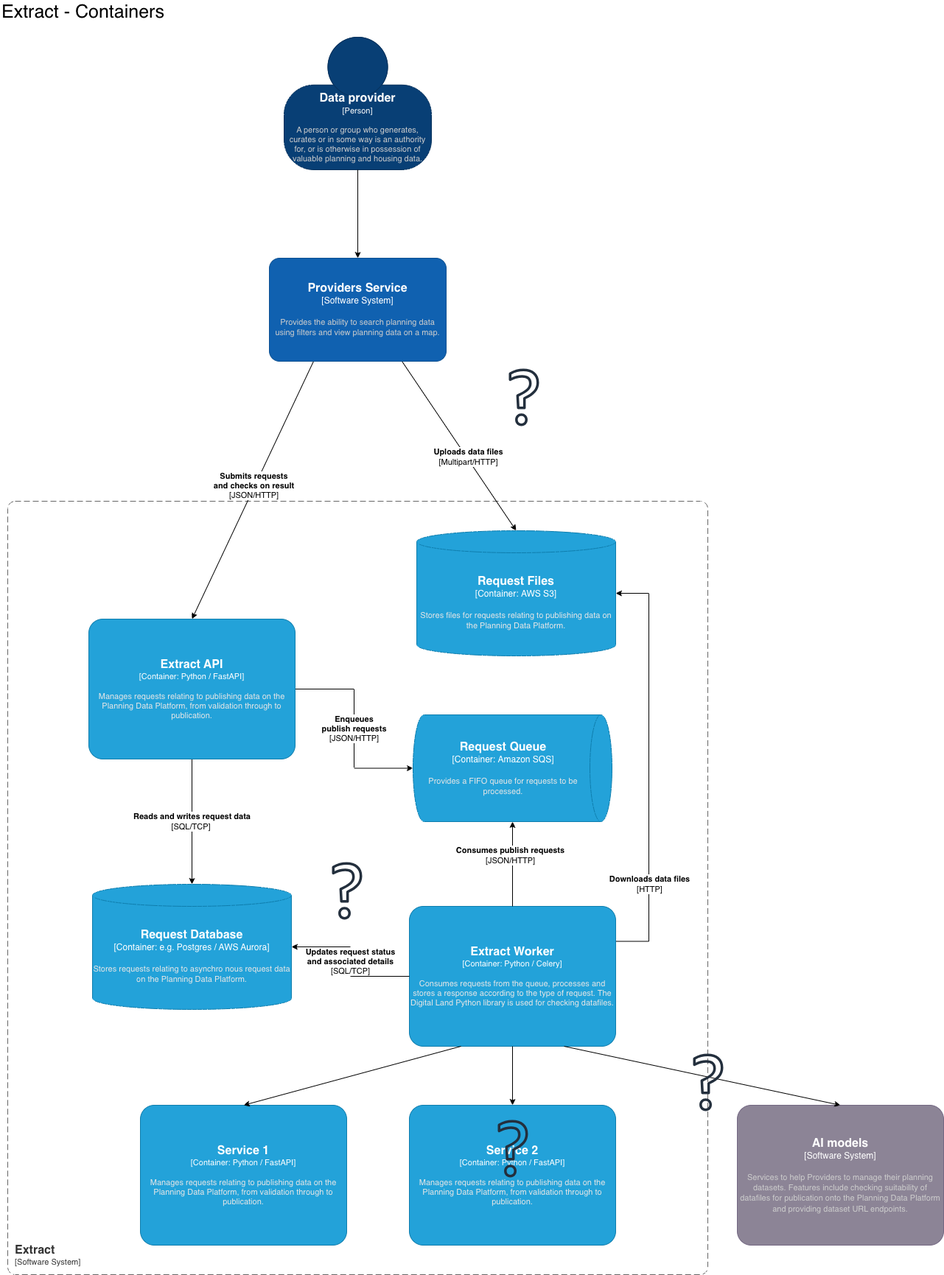
This is images/proposals/015-extract/containers.drawio.png from digital-land/technical-documentation, a draw.io export, as it was before one commit. Source tidied: cells renumbered, new cells last; positions are measured from the earlier drawing's top-left corner, leaving out a move shared by most shapes.
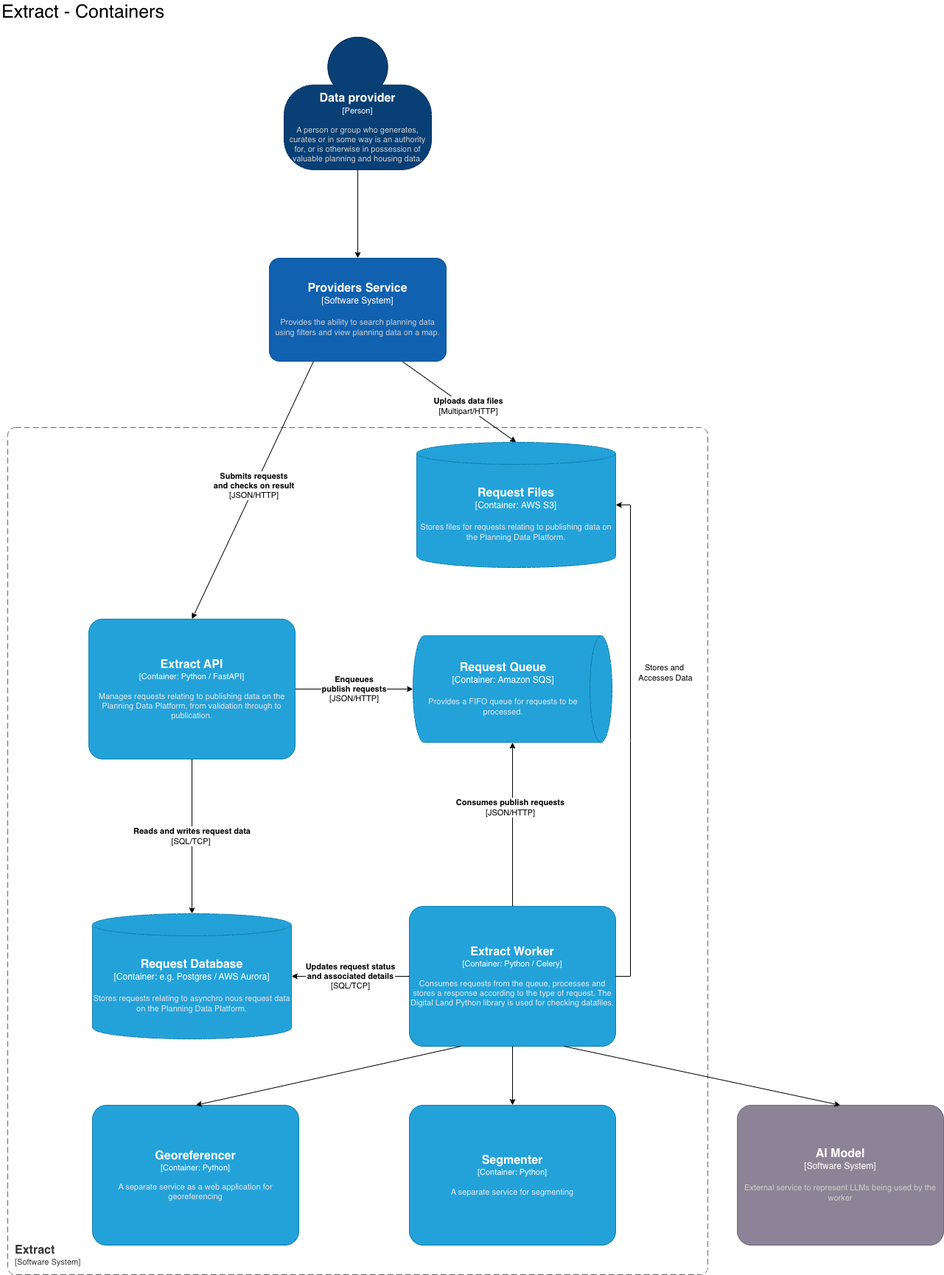
After the change.

Commit message:
update and crreate diagrams

What changed in the source:
```diff
@@ -4,22 +4,9 @@
     <mxCell id="1" parent="0" />
     <object id="2" label="&lt;font style=&quot;font-size: 16px&quot;&gt;&lt;b&gt;&lt;div style=&quot;text-align: left&quot;&gt;%c4Name%&lt;/div&gt;&lt;/b&gt;&lt;/font&gt;&lt;div style=&quot;text-align: left&quot;&gt;[%c4Application%]&lt;/div&gt;" c4Application="Software System" c4Name="Extract" c4Type="SystemScopeBoundary" placeholders="1">
       <mxCell style="rounded=1;fontSize=11;whiteSpace=wrap;html=1;dashed=1;arcSize=20;fillColor=none;strokeColor=#666666;fontColor=#333333;labelBackgroundColor=none;align=left;verticalAlign=bottom;labelBorderColor=none;spacingTop=0;spacing=10;dashPattern=8 4;perimeter=rectanglePerimeter;noLabel=0;labelPadding=0;absoluteArcSize=1;" parent="1" vertex="1">
-        <mxGeometry x="10" y="680" width="950" height="1050" as="geometry" />
+        <mxGeometry x="10" y="580" width="950" height="1150" as="geometry" />
       </mxCell>
     </object>
-    <mxCell id="3" style="edgeStyle=orthogonalEdgeStyle;rounded=0;jettySize=auto;html=1;jumpStyle=arc;exitX=1;exitY=0.25;exitDx=0;exitDy=0;exitPerimeter=0;" parent="1" edge="1" source="5" target="18">
-      <mxGeometry relative="1" as="geometry">
-        <Array as="points">
-          <mxPoint x="880" y="1278" />
-          <mxPoint x="880" y="805" />
-        </Array>
-      </mxGeometry>
-    </mxCell>
-    <mxCell id="4" value="&lt;b&gt;Downloads data files&lt;/b&gt;&lt;br&gt;[HTTP]" style="edgeLabel;html=1;align=center;verticalAlign=middle;" parent="3" vertex="1">
-      <mxGeometry x="0.21" y="2" relative="1" as="geometry">
-        <mxPoint x="2" y="217" as="offset" />
-      </mxGeometry>
-    </mxCell>
     <object id="5" label="&lt;font style=&quot;font-size: 16px&quot;&gt;&lt;b&gt;%c4Name%&lt;/b&gt;&lt;/font&gt;&lt;div&gt;[%c4Type%: %c4Technology%]&lt;/div&gt;&lt;br&gt;&lt;div&gt;&lt;font style=&quot;font-size: 11px&quot;&gt;&lt;font color=&quot;#E6E6E6&quot;&gt;%c4Description%&lt;/font&gt;&lt;/div&gt;" c4Description="Consumes requests from the queue, processes and stores a response according to the type of request. The Digital Land Python library is used for checking datafiles." c4Name="Extract Worker" c4Technology="Python / Celery" c4Type="Container" placeholders="1">
       <mxCell style="rounded=1;whiteSpace=wrap;html=1;fontSize=11;labelBackgroundColor=none;fillColor=#23A2D9;fontColor=#ffffff;align=center;arcSize=10;strokeColor=#0E7DAD;points=[[0.25,0,0],[0.5,0,0],[0.75,0,0],[1,0.25,0],[1,0.5,0],[1,0.75,0],[0.75,1,0],[0.5,1,0],[0.25,1,0],[0,0.75,0],[0,0.5,0],[0,0.25,0]];" parent="1" vertex="1">
         <mxGeometry x="555" y="1230" width="280" height="190" as="geometry" />
@@ -47,7 +34,7 @@
     </mxCell>
     <object id="12" label="&lt;font style=&quot;font-size: 16px&quot;&gt;&lt;b&gt;%c4Type%&lt;/b&gt;&lt;/font&gt;&lt;div&gt;[%c4Container%:&amp;nbsp;%c4Technology%]&lt;/div&gt;&lt;br&gt;&lt;div&gt;&lt;font style=&quot;font-size: 11px&quot;&gt;&lt;font color=&quot;#E6E6E6&quot;&gt;%c4Description%&lt;/font&gt;&lt;/div&gt;" c4Container="Container" c4Description="Provides a FIFO queue for requests to be processed." c4Technology="Amazon SQS" c4Type="Request Queue" placeholders="1">
       <mxCell style="shape=cylinder3;size=15;direction=south;whiteSpace=wrap;html=1;boundedLbl=1;rounded=0;labelBackgroundColor=none;fillColor=#23A2D9;fontSize=12;fontColor=#ffffff;align=center;strokeColor=#0E7DAD;points=[[0.5,0,0],[1,0.25,0],[1,0.5,0],[1,0.75,0],[0.5,1,0],[0,0.75,0],[0,0.5,0],[0,0.25,0]];" parent="1" vertex="1">
-        <mxGeometry x="560" y="970" width="270" height="145" as="geometry" />
+        <mxGeometry x="560" y="862.5" width="270" height="145" as="geometry" />
       </mxCell>
     </object>
     <mxCell id="13" value="&lt;b&gt;Reads and writes request data&lt;/b&gt;&lt;br&gt;[SQL/TCP]&amp;nbsp;" style="edgeStyle=orthogonalEdgeStyle;rounded=0;jettySize=auto;html=1;" parent="1" edge="1" source="15" target="16">
@@ -63,7 +50,7 @@
     </object>
     <object id="16" label="&lt;font style=&quot;font-size: 16px&quot;&gt;&lt;b&gt;%c4Type%&lt;/b&gt;&lt;/font&gt;&lt;div&gt;[%c4Container%:&amp;nbsp;%c4Technology%]&lt;/div&gt;&lt;br&gt;&lt;div&gt;&lt;font style=&quot;font-size: 11px&quot;&gt;&lt;font color=&quot;#E6E6E6&quot;&gt;%c4Description%&lt;/font&gt;&lt;/div&gt;" c4Container="Container" c4Description="Stores requests relating to asynchro nous request data on the Planning Data Platform." c4Technology="e.g. Postgres / AWS Aurora" c4Type="Request Database" placeholders="1">
       <mxCell style="shape=cylinder3;size=15;whiteSpace=wrap;html=1;boundedLbl=1;rounded=0;labelBackgroundColor=none;fillColor=#23A2D9;fontSize=12;fontColor=#ffffff;align=center;strokeColor=#0E7DAD;points=[[0.5,0,0],[1,0.25,0],[1,0.5,0],[1,0.75,0],[0.5,1,0],[0,0.75,0],[0,0.5,0],[0,0.25,0]];" parent="1" vertex="1">
-        <mxGeometry x="125" y="1200" width="270" height="170" as="geometry" />
+        <mxGeometry x="125" y="1240" width="270" height="170" as="geometry" />
       </mxCell>
     </object>
     <mxCell id="17" value="&lt;b style=&quot;border-color: var(--border-color); color: rgb(0, 0, 0); font-family: Helvetica; font-size: 11px; font-style: normal; font-variant-ligatures: normal; font-variant-caps: normal; letter-spacing: normal; orphans: 2; text-align: center; text-indent: 0px; text-transform: none; widows: 2; word-spacing: 0px; -webkit-text-stroke-width: 0px; text-decoration-thickness: initial; text-decoration-style: initial; text-decoration-color: initial;&quot;&gt;Updates request&amp;nbsp;status&lt;br&gt;&lt;/b&gt;&lt;b&gt;and associated details&lt;/b&gt;&lt;br style=&quot;border-color: var(--border-color); color: rgb(0, 0, 0); font-family: Helvetica; font-size: 11px; font-style: normal; font-variant-ligatures: normal; font-variant-caps: normal; font-weight: 400; letter-spacing: normal; orphans: 2; text-align: center; text-indent: 0px; text-transform: none; widows: 2; word-spacing: 0px; -webkit-text-stroke-width: 0px; text-decoration-thickness: initial; text-decoration-style: initial; text-decoration-color: initial;&quot;&gt;&lt;span style=&quot;color: rgb(0, 0, 0); font-family: Helvetica; font-size: 11px; font-style: normal; font-variant-ligatures: normal; font-variant-caps: normal; font-weight: 400; letter-spacing: normal; orphans: 2; text-align: center; text-indent: 0px; text-transform: none; widows: 2; word-spacing: 0px; -webkit-text-stroke-width: 0px; background-color: rgb(255, 255, 255); text-decoration-thickness: initial; text-decoration-style: initial; text-decoration-color: initial; float: none; display: inline !important;&quot;&gt;[SQL/TCP]&lt;/span&gt;" style="edgeStyle=orthogonalEdgeStyle;rounded=0;jettySize=auto;html=1;entryX=1;entryY=0.5;entryDx=0;entryDy=0;entryPerimeter=0;" parent="1" edge="1" source="5" target="16">
@@ -71,7 +58,7 @@
     </mxCell>
     <object id="18" label="&lt;font style=&quot;font-size: 16px&quot;&gt;&lt;b&gt;%c4Type%&lt;/b&gt;&lt;/font&gt;&lt;div&gt;[%c4Container%:&amp;nbsp;%c4Technology%]&lt;/div&gt;&lt;br&gt;&lt;div&gt;&lt;font style=&quot;font-size: 11px&quot;&gt;&lt;font color=&quot;#E6E6E6&quot;&gt;%c4Description%&lt;/font&gt;&lt;/div&gt;" c4Container="Container" c4Description="Stores files for requests relating to publishing data on the Planning Data Platform." c4Technology="AWS S3" c4Type="Request Files" placeholders="1">
       <mxCell style="shape=cylinder3;size=15;whiteSpace=wrap;html=1;boundedLbl=1;rounded=0;labelBackgroundColor=none;fillColor=#23A2D9;fontSize=12;fontColor=#ffffff;align=center;strokeColor=#0E7DAD;points=[[0.5,0,0],[1,0.25,0],[1,0.5,0],[1,0.75,0],[0.5,1,0],[0,0.75,0],[0,0.5,0],[0,0.25,0]];" parent="1" vertex="1">
-        <mxGeometry x="565" y="720" width="270" height="170" as="geometry" />
+        <mxGeometry x="565" y="600" width="270" height="170" as="geometry" />
       </mxCell>
     </object>
     <mxCell id="19" style="rounded=0;jettySize=auto;html=1;entryX=0.5;entryY=0;entryDx=0;entryDy=0;entryPerimeter=0;exitX=0.75;exitY=1;exitDx=0;exitDy=0;exitPerimeter=0;" parent="1" edge="1" source="22" target="18">
@@ -80,7 +67,7 @@
     <mxCell id="20" value="&lt;b&gt;Uploads data files&lt;/b&gt;&lt;br&gt;[Multipart/HTTP]" style="edgeLabel;html=1;align=center;verticalAlign=middle;" parent="19" vertex="1">
       <mxGeometry x="0.14" y="2" relative="1" as="geometry" />
     </mxCell>
-    <object id="21" label="&lt;font style=&quot;font-size: 16px&quot;&gt;&lt;b&gt;%c4Name%&lt;/b&gt;&lt;/font&gt;&lt;div&gt;[%c4Type%]&lt;/div&gt;&lt;br&gt;&lt;div&gt;&lt;font style=&quot;font-size: 11px&quot;&gt;&lt;font color=&quot;#cccccc&quot;&gt;%c4Description%&lt;/font&gt;&lt;/div&gt;" c4Description="Services to help Providers to manage their planning datasets.  Features include checking suitability of datafiles for publication onto the Planning Data Platform and providing dataset URL endpoints." c4Name="AI models" c4Type="Software System" placeholders="1">
+    <object id="21" label="&lt;font style=&quot;font-size: 16px&quot;&gt;&lt;b&gt;%c4Name%&lt;/b&gt;&lt;/font&gt;&lt;div&gt;[%c4Type%]&lt;/div&gt;&lt;br&gt;&lt;div&gt;&lt;font style=&quot;font-size: 11px&quot;&gt;&lt;font color=&quot;#cccccc&quot;&gt;%c4Description%&lt;/font&gt;&lt;/div&gt;" c4Description="External service to represent LLMs being used by the worker" c4Name="AI Model" c4Type="Software System" placeholders="1">
       <mxCell style="rounded=1;whiteSpace=wrap;html=1;labelBackgroundColor=none;fillColor=#8C8496;fontColor=#ffffff;align=center;arcSize=10;strokeColor=#736782;points=[[0.25,0,0],[0.5,0,0],[0.75,0,0],[1,0.25,0],[1,0.5,0],[1,0.75,0],[0.75,1,0],[0.5,1,0],[0.25,1,0],[0,0.75,0],[0,0.5,0],[0,0.25,0]];" parent="1" vertex="1">
         <mxGeometry x="1000" y="1500" width="280" height="190" as="geometry" />
       </mxCell>
@@ -93,12 +80,12 @@
     <mxCell id="23" style="edgeStyle=orthogonalEdgeStyle;rounded=0;jettySize=auto;html=1;exitX=0.5;exitY=1;exitDx=0;exitDy=0;exitPerimeter=0;entryX=0.5;entryY=0;entryDx=0;entryDy=0;entryPerimeter=0;" parent="1" edge="1" source="7" target="22">
       <mxGeometry relative="1" as="geometry" />
     </mxCell>
-    <object id="24" label="&lt;font style=&quot;font-size: 16px&quot;&gt;&lt;b&gt;%c4Name%&lt;/b&gt;&lt;/font&gt;&lt;div&gt;[%c4Type%: %c4Technology%]&lt;/div&gt;&lt;br&gt;&lt;div&gt;&lt;font style=&quot;font-size: 11px&quot;&gt;&lt;font color=&quot;#E6E6E6&quot;&gt;%c4Description%&lt;/font&gt;&lt;/div&gt;" c4Description="Manages requests relating to publishing data on the Planning Data Platform, from validation through to publication." c4Name="Service 1" c4Technology="Python / FastAPI" c4Type="Container" placeholders="1">
+    <object id="24" label="&lt;font style=&quot;font-size: 16px&quot;&gt;&lt;b&gt;%c4Name%&lt;/b&gt;&lt;/font&gt;&lt;div&gt;[%c4Type%: %c4Technology%]&lt;/div&gt;&lt;br&gt;&lt;div&gt;&lt;font style=&quot;font-size: 11px&quot;&gt;&lt;font color=&quot;#E6E6E6&quot;&gt;%c4Description%&lt;/font&gt;&lt;/div&gt;" c4Description="A separate service as a web application for georeferencing" c4Name="Georeferencer" c4Technology="Python" c4Type="Container" placeholders="1">
       <mxCell style="rounded=1;whiteSpace=wrap;html=1;fontSize=11;labelBackgroundColor=none;fillColor=#23A2D9;fontColor=#ffffff;align=center;arcSize=10;strokeColor=#0E7DAD;points=[[0.25,0,0],[0.5,0,0],[0.75,0,0],[1,0.25,0],[1,0.5,0],[1,0.75,0],[0.75,1,0],[0.5,1,0],[0.25,1,0],[0,0.75,0],[0,0.5,0],[0,0.25,0]];" parent="1" vertex="1">
-        <mxGeometry x="190" y="1500" width="280" height="190" as="geometry" />
+        <mxGeometry x="125" y="1500" width="280" height="190" as="geometry" />
       </mxCell>
     </object>
-    <object id="25" label="&lt;font style=&quot;font-size: 16px&quot;&gt;&lt;b&gt;%c4Name%&lt;/b&gt;&lt;/font&gt;&lt;div&gt;[%c4Type%: %c4Technology%]&lt;/div&gt;&lt;br&gt;&lt;div&gt;&lt;font style=&quot;font-size: 11px&quot;&gt;&lt;font color=&quot;#E6E6E6&quot;&gt;%c4Description%&lt;/font&gt;&lt;/div&gt;" c4Description="Manages requests relating to publishing data on the Planning Data Platform, from validation through to publication." c4Name="Service 2" c4Technology="Python / FastAPI" c4Type="Container" placeholders="1">
+    <object id="25" label="&lt;font style=&quot;font-size: 16px&quot;&gt;&lt;b&gt;%c4Name%&lt;/b&gt;&lt;/font&gt;&lt;div&gt;[%c4Type%: %c4Technology%]&lt;/div&gt;&lt;br&gt;&lt;div&gt;&lt;font style=&quot;font-size: 11px&quot;&gt;&lt;font color=&quot;#E6E6E6&quot;&gt;%c4Description%&lt;/font&gt;&lt;/div&gt;" c4Description="A separate service for segmenting" c4Name="Segmenter" c4Technology="Python" c4Type="Container" placeholders="1">
       <mxCell style="rounded=1;whiteSpace=wrap;html=1;fontSize=11;labelBackgroundColor=none;fillColor=#23A2D9;fontColor=#ffffff;align=center;arcSize=10;strokeColor=#0E7DAD;points=[[0.25,0,0],[0.5,0,0],[0.75,0,0],[1,0.25,0],[1,0.5,0],[1,0.75,0],[0.75,1,0],[0.5,1,0],[0.25,1,0],[0,0.75,0],[0,0.5,0],[0,0.25,0]];" parent="1" vertex="1">
         <mxGeometry x="555" y="1500" width="280" height="190" as="geometry" />
       </mxCell>
@@ -112,17 +99,13 @@
     <mxCell id="28" style="rounded=0;jettySize=auto;html=1;exitX=0.5;exitY=1;exitDx=0;exitDy=0;exitPerimeter=0;entryX=0.5;entryY=0;entryDx=0;entryDy=0;entryPerimeter=0;" parent="1" edge="1" source="5" target="25">
       <mxGeometry relative="1" as="geometry" />
     </mxCell>
-    <mxCell id="29" style="sketch=0;fontColor=#232F3E;gradientColor=none;fillColor=#232F3D;strokeColor=none;dashed=0;verticalLabelPosition=bottom;verticalAlign=top;align=center;html=1;fontSize=12;fontStyle=0;shape=mxgraph.aws4.question;" parent="1" vertex="1">
-      <mxGeometry x="675" y="1520" width="41" height="78" as="geometry" />
-    </mxCell>
-    <mxCell id="30" style="sketch=0;fontColor=#232F3E;gradientColor=none;fillColor=#232F3D;strokeColor=none;dashed=0;verticalLabelPosition=bottom;verticalAlign=top;align=center;html=1;fontSize=12;fontStyle=0;shape=mxgraph.aws4.question;" parent="1" vertex="1">
-      <mxGeometry x="940" y="1430" width="41" height="78" as="geometry" />
-    </mxCell>
-    <mxCell id="31" style="sketch=0;fontColor=#232F3E;gradientColor=none;fillColor=#232F3D;strokeColor=none;dashed=0;verticalLabelPosition=bottom;verticalAlign=top;align=center;html=1;fontSize=12;fontStyle=0;shape=mxgraph.aws4.question;" parent="1" vertex="1">
-      <mxGeometry x="690" y="500" width="41" height="78" as="geometry" />
-    </mxCell>
-    <mxCell id="32" style="sketch=0;fontColor=#232F3E;gradientColor=none;fillColor=#232F3D;strokeColor=none;dashed=0;verticalLabelPosition=bottom;verticalAlign=top;align=center;html=1;fontSize=12;fontStyle=0;shape=mxgraph.aws4.question;" parent="1" vertex="1">
-      <mxGeometry x="450" y="1170" width="41" height="78" as="geometry" />
-    </mxCell>
+    <mxCell id="3" style="edgeStyle=orthogonalEdgeStyle;rounded=0;jettySize=auto;html=1;exitX=1;exitY=0.5;exitDx=0;exitDy=0;exitPerimeter=0;entryX=1;entryY=0.5;entryDx=0;entryDy=0;entryPerimeter=0;" parent="1" edge="1" source="5" target="18">
+      <mxGeometry relative="1" as="geometry" />
+    </mxCell>
+    <mxCell id="33" value="Stores and&lt;div&gt;&amp;nbsp;Accesses Data&lt;/div&gt;" style="edgeLabel;html=1;align=center;verticalAlign=middle;" parent="3" vertex="1">
+      <mxGeometry x="0.27" y="-3" relative="1" as="geometry">
+        <mxPoint x="42" as="offset" />
+      </mxGeometry>
+    </mxCell>
   </root>
 </mxGraphModel>
```
